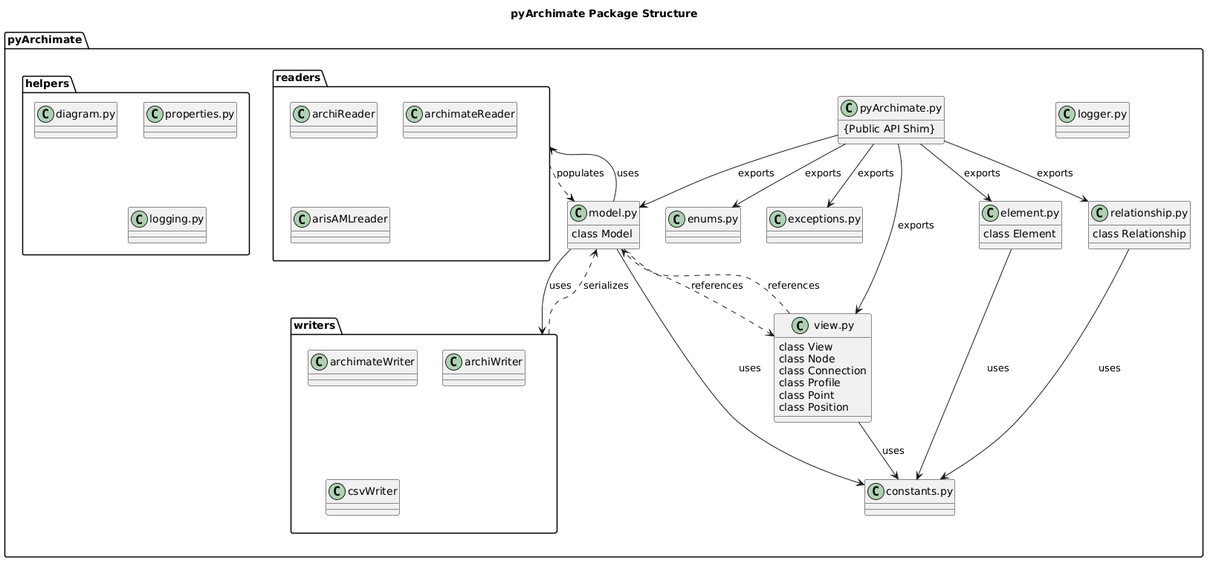
This is docs/diagrams/package.png from pyArchimate/pyArchimate, a PlantUML export, as it was before one commit.
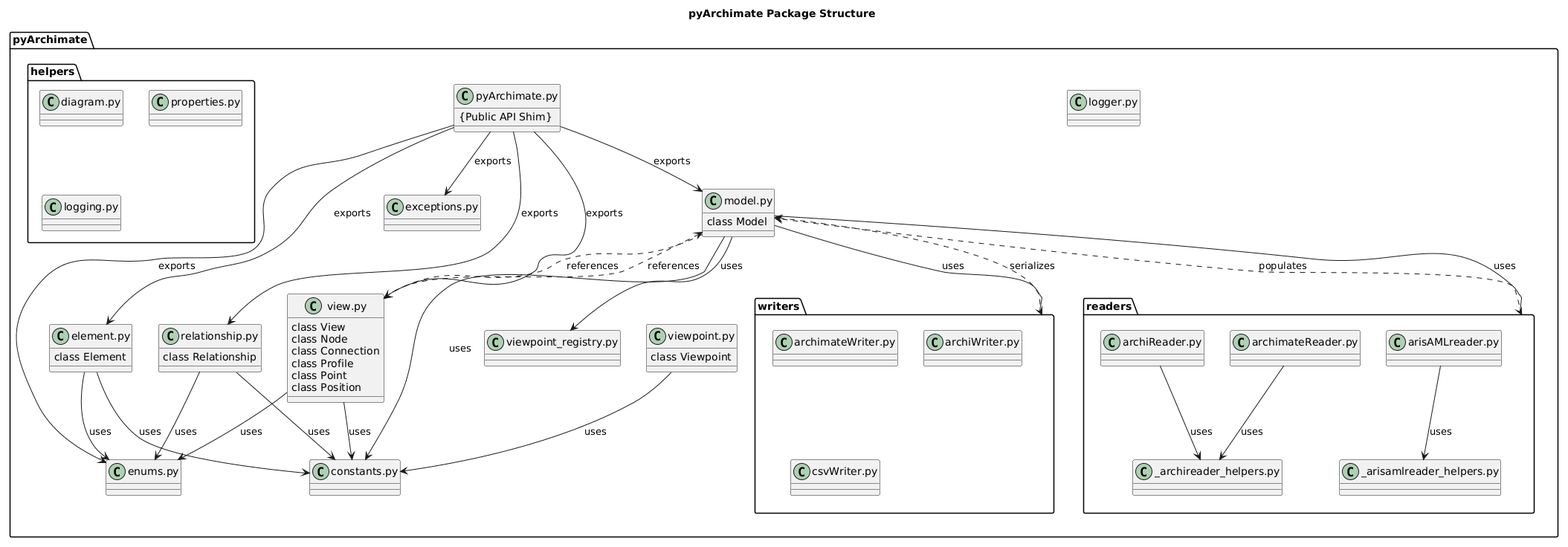
Above is the later version.

Change to the diagram source:
```diff
@@ -27,6 +27,12 @@
     class Relationship
   }
 
+  class "viewpoint.py" as ViewpointMod {
+    class Viewpoint
+  }
+
+  class "viewpoint_registry.py" as ViewpointRegistry
+
   class "constants.py" as Constants
   class "enums.py" as Enums
   class "exceptions.py" as Exceptions
@@ -39,15 +45,17 @@
   }
 
   package "readers" {
-    class archiReader
-    class archimateReader
-    class arisAMLreader
+    class "_archireader_helpers.py" as ArchiReaderHelpers
+    class "_arisamlreader_helpers.py" as ArisAMLHelpers
+    class "archiReader.py" as ArchiReader
+    class "archimateReader.py" as ArchimateReader
+    class "arisAMLreader.py" as ArisAMLReader
   }
 
   package "writers" {
-    class archimateWriter
-    class archiWriter
-    class csvWriter
+    class "archimateWriter.py" as ArchimateWriter
+    class "archiWriter.py" as ArchiWriter
+    class "csvWriter.py" as CsvWriter
   }
 }
 
@@ -62,12 +70,22 @@
 ViewMod ..> ModelMod : references
 ModelMod --> readers : uses
 ModelMod --> writers : uses
+ModelMod --> ViewpointRegistry : uses
 
 readers ..> ModelMod : populates
 writers ..> ModelMod : serializes
+
+ArchiReader --> ArchiReaderHelpers : uses
+ArchimateReader --> ArchiReaderHelpers : uses
+ArisAMLReader --> ArisAMLHelpers : uses
 
 ModelMod --> Constants : uses
 ViewMod --> Constants : uses
 ElementMod --> Constants : uses
 RelationshipMod --> Constants : uses
+ViewpointMod --> Constants : uses
+
+ElementMod --> Enums : uses
+RelationshipMod --> Enums : uses
+ViewMod --> Enums : uses
 @enduml
```
